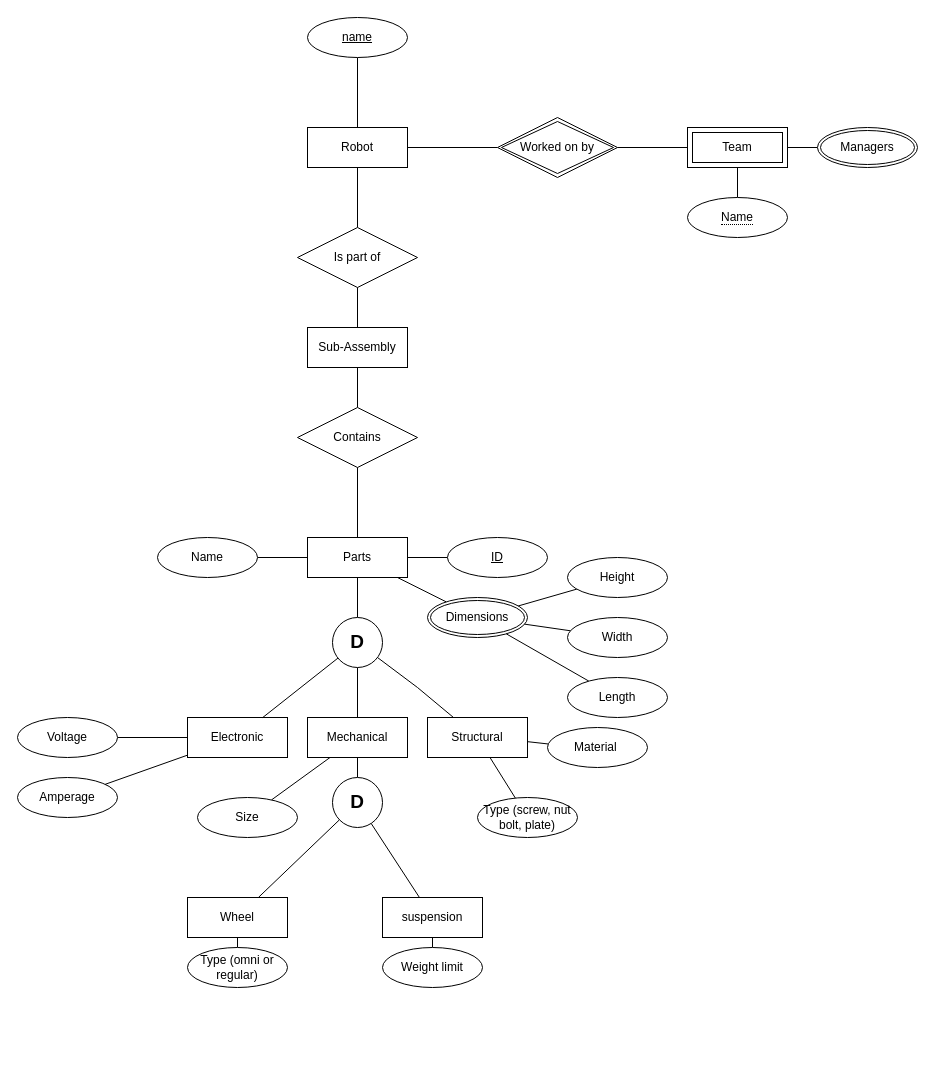
Above: Untitled Diagram.drawio in krrishsetia/CMPT354-Project (draw.io), before the change. Source tidied: cells renumbered, new cells numbered last; positions are measured from the earlier drawing's top-left corner, leaving out a move shared by most shapes. Both pictures are drawn from the tidied source at 100%, with x=0, y=0 at pixel (17, 17).
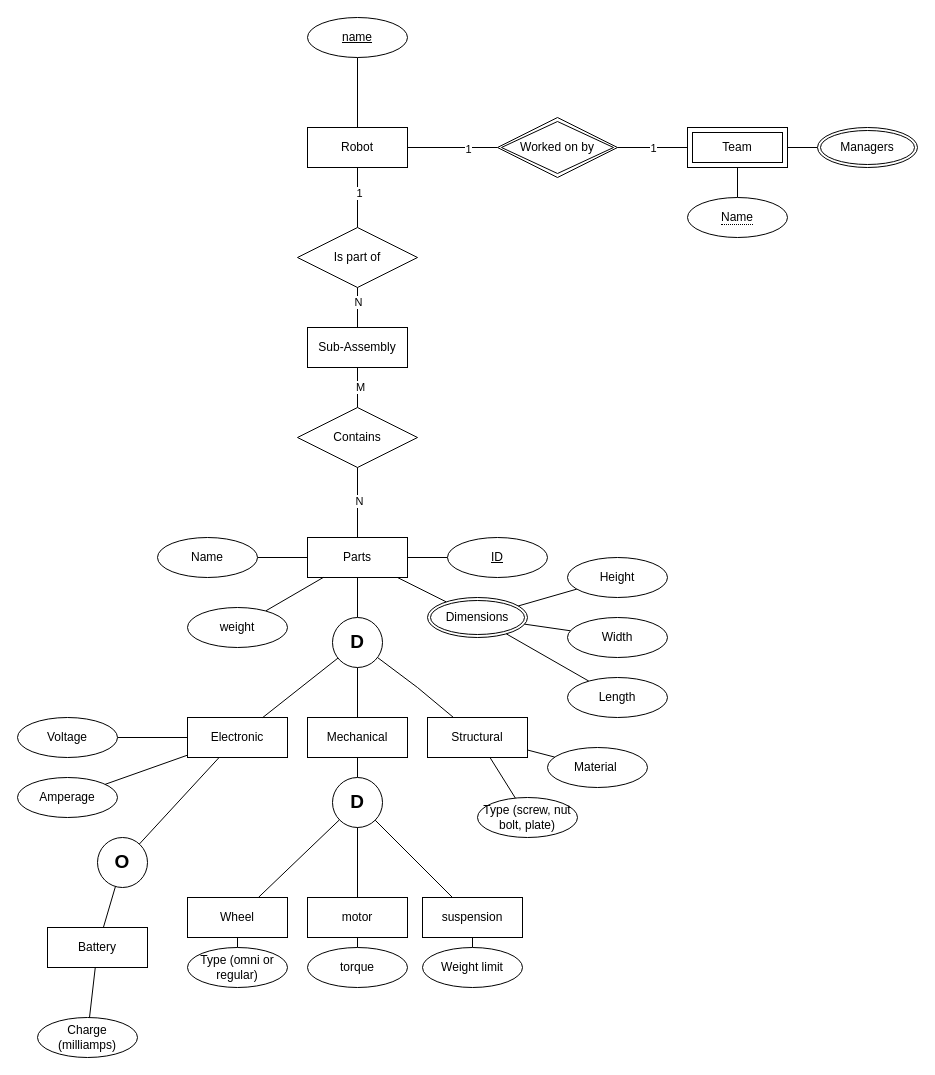
The same page after the edit.

The change refers to these unchanged cells:
```xml
<mxCell id="2" style="edgeStyle=orthogonalEdgeStyle;rounded=0;jettySize=auto;html=1;exitX=1;exitY=0.5;exitDx=0;exitDy=0;endArrow=none;endFill=0;" parent="1" edge="1" source="4" target="7">
  <mxGeometry relative="1" as="geometry" />
</mxCell>
<mxCell id="5" style="edgeStyle=orthogonalEdgeStyle;rounded=0;jettySize=auto;html=1;exitX=0.5;exitY=0;exitDx=0;exitDy=0;endArrow=none;endFill=0;" parent="1" edge="1" source="6" target="4">
  <mxGeometry relative="1" as="geometry" />
</mxCell>
<mxCell id="8" style="edgeStyle=orthogonalEdgeStyle;rounded=0;jettySize=auto;html=1;exitX=0;exitY=0.5;exitDx=0;exitDy=0;endArrow=none;endFill=0;" parent="1" edge="1" source="10" target="7">
  <mxGeometry relative="1" as="geometry" />
</mxCell>
<mxCell id="12" style="edgeStyle=orthogonalEdgeStyle;rounded=0;jettySize=auto;html=1;exitX=0.5;exitY=0;exitDx=0;exitDy=0;endArrow=none;endFill=0;" parent="1" edge="1" source="13" target="6">
  <mxGeometry relative="1" as="geometry" />
</mxCell>
<mxCell id="14" style="edgeStyle=orthogonalEdgeStyle;rounded=0;jettySize=auto;html=1;exitX=0.5;exitY=0;exitDx=0;exitDy=0;endArrow=none;endFill=0;" parent="1" edge="1" source="15" target="13">
  <mxGeometry relative="1" as="geometry" />
</mxCell>
<mxCell id="16" style="edgeStyle=orthogonalEdgeStyle;rounded=0;jettySize=auto;html=1;exitX=0.5;exitY=0;exitDx=0;exitDy=0;endArrow=none;endFill=0;" parent="1" edge="1" source="19" target="15">
  <mxGeometry relative="1" as="geometry" />
</mxCell>
<mxCell id="19" value="Parts" style="whiteSpace=wrap;html=1;align=center;" parent="1" vertex="1">
  <mxGeometry x="290" y="520" width="100" height="40" as="geometry" />
</mxCell>
<mxCell id="27" value="Electronic" style="whiteSpace=wrap;html=1;align=center;" parent="1" vertex="1">
  <mxGeometry x="170" y="700" width="100" height="40" as="geometry" />
</mxCell>
<mxCell id="28" value="Mechanical" style="whiteSpace=wrap;html=1;align=center;" parent="1" vertex="1">
  <mxGeometry x="290" y="700" width="100" height="40" as="geometry" />
</mxCell>
<mxCell id="50" value="&lt;font style=&quot;font-size: 19px;&quot;&gt;&lt;b&gt;D&lt;/b&gt;&lt;/font&gt;" style="ellipse;whiteSpace=wrap;html=1;" parent="1" vertex="1">
  <mxGeometry x="315" y="760" width="50" height="50" as="geometry" />
</mxCell>
```

Change to the diagram source:
```diff
@@
+    <mxCell id="61" value="1" style="edgeLabel;html=1;align=center;verticalAlign=middle;" parent="2" vertex="1">
+      <mxGeometry x="0.33" y="-1" relative="1" as="geometry" />
+    </mxCell>
@@
+    <mxCell id="62" value="1" style="edgeLabel;html=1;align=center;verticalAlign=middle;" parent="5" vertex="1">
+      <mxGeometry x="0.16" y="-1" relative="1" as="geometry" />
+    </mxCell>
@@
+    <mxCell id="63" value="1" style="edgeLabel;html=1;align=center;verticalAlign=middle;" parent="8" vertex="1">
+      <mxGeometry x="0.01" relative="1" as="geometry" />
+    </mxCell>
@@
+    <mxCell id="64" value="N" style="edgeLabel;html=1;align=center;verticalAlign=middle;" parent="12" vertex="1">
+      <mxGeometry x="0.29" relative="1" as="geometry" />
+    </mxCell>
@@
+    <mxCell id="65" value="M" style="edgeLabel;html=1;align=center;verticalAlign=middle;" parent="14" vertex="1">
+      <mxGeometry x="0.07" y="-2" relative="1" as="geometry" />
+    </mxCell>
@@
+    <mxCell id="66" value="N" style="edgeLabel;html=1;align=center;verticalAlign=middle;" parent="16" vertex="1">
+      <mxGeometry x="0.07" y="-1" relative="1" as="geometry" />
+    </mxCell>
@@
     <mxCell id="46" value="Material&amp;nbsp;" style="ellipse;whiteSpace=wrap;html=1;align=center;" parent="1" vertex="1">
-      <mxGeometry x="530" y="710" width="100" height="40" as="geometry" />
+      <mxGeometry x="530" y="730" width="100" height="40" as="geometry" />
     </mxCell>
@@
     <mxCell id="54" value="suspension" style="whiteSpace=wrap;html=1;align=center;" parent="1" vertex="1">
-      <mxGeometry x="365" y="880" width="100" height="40" as="geometry" />
+      <mxGeometry x="405" y="880" width="100" height="40" as="geometry" />
     </mxCell>
-    <mxCell id="55" style="endArrow=none;html=1;rounded=0;" parent="1" edge="1" source="57" target="28">
-      <mxGeometry relative="1" as="geometry" />
-    </mxCell>
@@
-    <mxCell id="57" value="Size" style="ellipse;whiteSpace=wrap;html=1;align=center;" parent="1" vertex="1">
-      <mxGeometry x="180" y="780" width="100" height="40" as="geometry" />
-    </mxCell>
     <mxCell id="58" value="Weight limit" style="ellipse;whiteSpace=wrap;html=1;align=center;" parent="1" vertex="1">
-      <mxGeometry x="365" y="930" width="100" height="40" as="geometry" />
+      <mxGeometry x="405" y="930" width="100" height="40" as="geometry" />
     </mxCell>
@@
+    <mxCell id="67" value="&lt;font style=&quot;font-size: 19px;&quot;&gt;&lt;b&gt;O&lt;/b&gt;&lt;/font&gt;" style="ellipse;whiteSpace=wrap;html=1;" parent="1" vertex="1">
+      <mxGeometry x="80" y="820" width="50" height="50" as="geometry" />
+    </mxCell>
+    <mxCell id="68" style="endArrow=none;html=1;rounded=0;" parent="1" edge="1" source="67" target="27">
+      <mxGeometry relative="1" as="geometry" />
+    </mxCell>
+    <mxCell id="69" style="endArrow=none;html=1;rounded=0;" parent="1" edge="1" source="70" target="67">
+      <mxGeometry relative="1" as="geometry" />
+    </mxCell>
+    <mxCell id="70" value="Battery" style="whiteSpace=wrap;html=1;align=center;" parent="1" vertex="1">
+      <mxGeometry x="30" y="910" width="100" height="40" as="geometry" />
+    </mxCell>
+    <mxCell id="71" style="endArrow=none;html=1;rounded=0;" parent="1" edge="1" source="72" target="70">
+      <mxGeometry relative="1" as="geometry" />
+    </mxCell>
+    <mxCell id="72" value="Charge (milliamps)" style="ellipse;whiteSpace=wrap;html=1;align=center;" parent="1" vertex="1">
+      <mxGeometry x="20" y="1000" width="100" height="40" as="geometry" />
+    </mxCell>
+    <mxCell id="73" style="endArrow=none;html=1;rounded=0;" parent="1" edge="1" source="74" target="50">
+      <mxGeometry relative="1" as="geometry" />
+    </mxCell>
+    <mxCell id="74" value="motor" style="whiteSpace=wrap;html=1;align=center;" parent="1" vertex="1">
+      <mxGeometry x="290" y="880" width="100" height="40" as="geometry" />
+    </mxCell>
+    <mxCell id="75" style="endArrow=none;html=1;rounded=0;" parent="1" edge="1" source="76" target="19">
+      <mxGeometry relative="1" as="geometry" />
+    </mxCell>
+    <mxCell id="76" value="weight" style="ellipse;whiteSpace=wrap;html=1;align=center;" parent="1" vertex="1">
+      <mxGeometry x="170" y="590" width="100" height="40" as="geometry" />
+    </mxCell>
+    <mxCell id="77" style="endArrow=none;html=1;rounded=0;" parent="1" edge="1" source="78" target="74">
+      <mxGeometry relative="1" as="geometry" />
+    </mxCell>
+    <mxCell id="78" value="torque" style="ellipse;whiteSpace=wrap;html=1;align=center;" parent="1" vertex="1">
+      <mxGeometry x="290" y="930" width="100" height="40" as="geometry" />
+    </mxCell>
```
